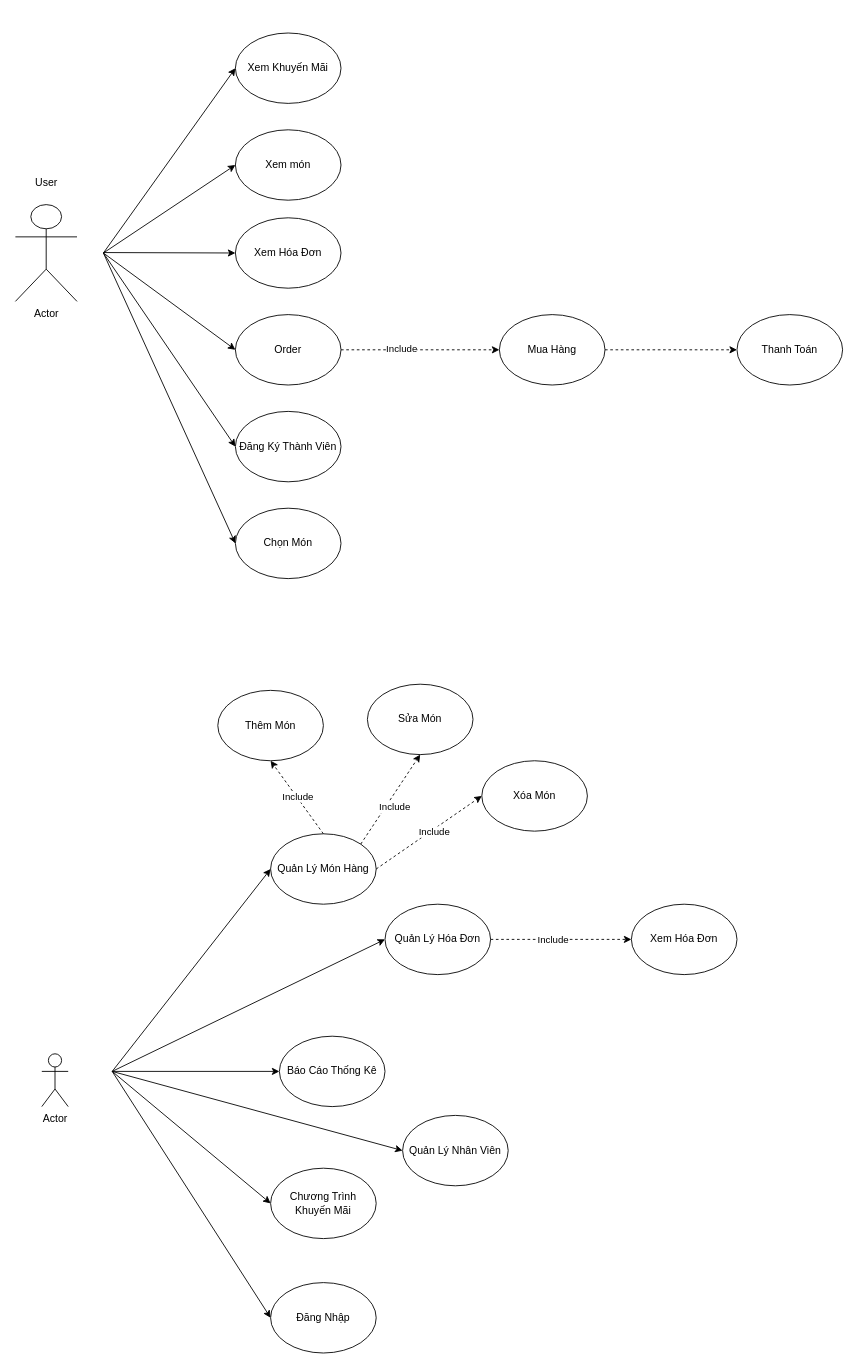
Above: Untitled Diagram.drawio in tan0976861/PRN292 (draw.io), before the change. Source tidied: cells renumbered, new cells numbered last; positions are measured from the earlier drawing's top-left corner, leaving out a move shared by most shapes. Both pictures are drawn from the tidied source at 88%, with x=0, y=0 at pixel (15, 33).
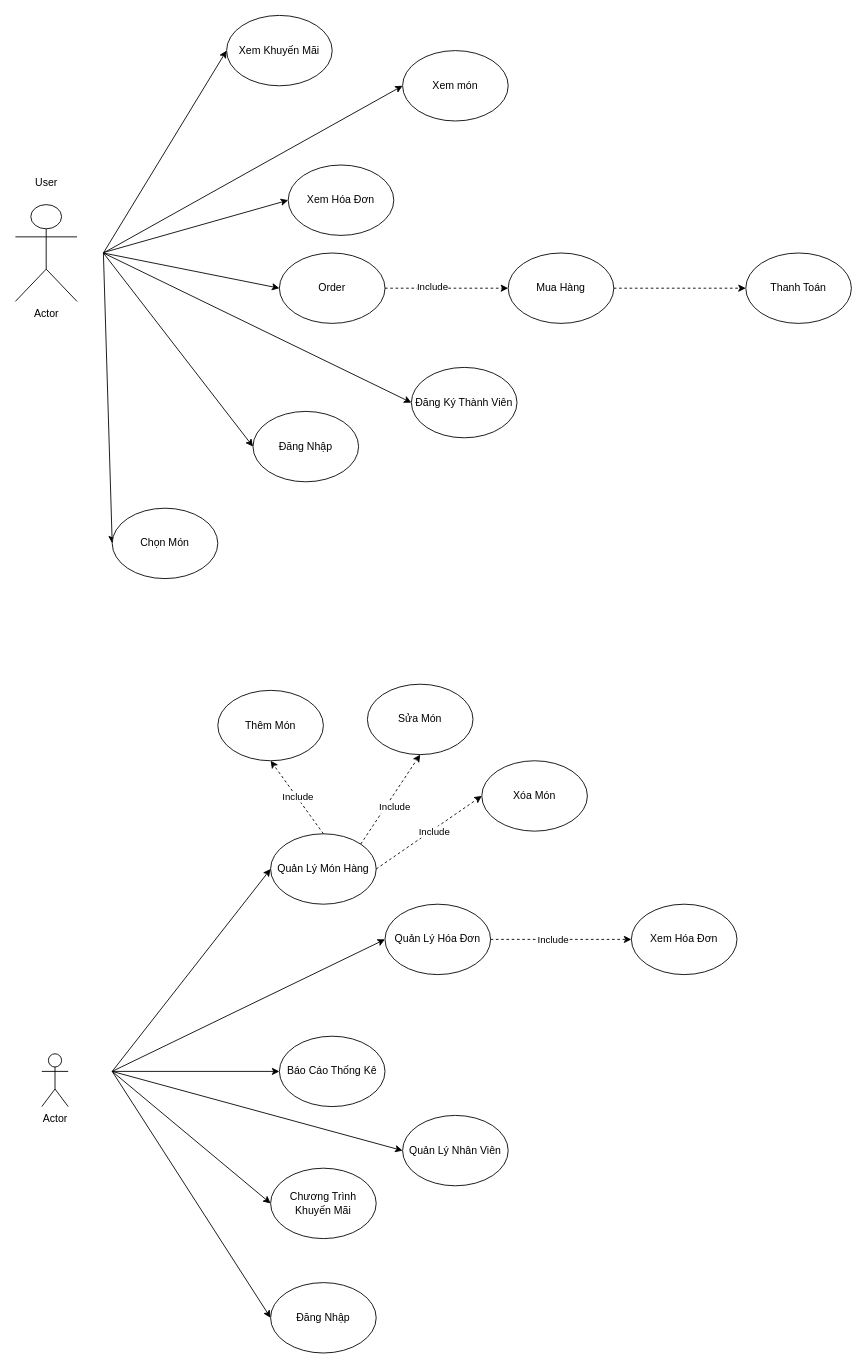
After the change.

Change to the diagram source:
```diff
@@
     <mxCell id="3" value="Xem món" style="ellipse;whiteSpace=wrap;html=1;" parent="1" vertex="1">
-      <mxGeometry x="250" y="110" width="120" height="80" as="geometry" />
+      <mxGeometry x="440" y="20" width="120" height="80" as="geometry" />
     </mxCell>
     <mxCell id="4" value="Xem Hóa Đơn" style="ellipse;whiteSpace=wrap;html=1;" parent="1" vertex="1">
-      <mxGeometry x="250" y="210" width="120" height="80" as="geometry" />
+      <mxGeometry x="310" y="150" width="120" height="80" as="geometry" />
     </mxCell>
@@
     <mxCell id="7" value="Order" style="ellipse;whiteSpace=wrap;html=1;" parent="1" vertex="1">
-      <mxGeometry x="250" y="320" width="120" height="80" as="geometry" />
+      <mxGeometry x="300" y="250" width="120" height="80" as="geometry" />
     </mxCell>
@@
     <mxCell id="12" value="Đăng Ký Thành Viên" style="ellipse;whiteSpace=wrap;html=1;" parent="1" vertex="1">
-      <mxGeometry x="250" y="430" width="120" height="80" as="geometry" />
+      <mxGeometry x="450" y="380" width="120" height="80" as="geometry" />
     </mxCell>
     <mxCell id="13" value="Xem Khuyến Mãi" style="ellipse;whiteSpace=wrap;html=1;" parent="1" vertex="1">
-      <mxGeometry x="250" width="120" height="80" as="geometry" />
+      <mxGeometry x="240" y="-20" width="120" height="80" as="geometry" />
     </mxCell>
     <mxCell id="14" value="Chọn Món" style="ellipse;whiteSpace=wrap;html=1;" parent="1" vertex="1">
-      <mxGeometry x="250" y="540" width="120" height="80" as="geometry" />
+      <mxGeometry x="110" y="540" width="120" height="80" as="geometry" />
     </mxCell>
@@
     <mxCell id="17" value="Mua Hàng" style="ellipse;whiteSpace=wrap;html=1;" parent="1" vertex="1">
-      <mxGeometry x="550" y="320" width="120" height="80" as="geometry" />
+      <mxGeometry x="560" y="250" width="120" height="80" as="geometry" />
     </mxCell>
@@
     <mxCell id="36" value="Thanh Toán" style="ellipse;whiteSpace=wrap;html=1;" parent="1" vertex="1">
-      <mxGeometry x="820" y="320" width="120" height="80" as="geometry" />
+      <mxGeometry x="830" y="250" width="120" height="80" as="geometry" />
     </mxCell>
@@
+    <mxCell id="46" value="Đăng Nhập" style="ellipse;whiteSpace=wrap;html=1;" parent="1" vertex="1">
+      <mxGeometry x="270" y="430" width="120" height="80" as="geometry" />
+    </mxCell>
+    <mxCell id="47" style="endArrow=classic;html=1;entryX=0;entryY=0.5;entryDx=0;entryDy=0;" parent="1" edge="1" target="46">
+      <mxGeometry relative="1" as="geometry">
+        <mxPoint x="100" y="250" as="sourcePoint" />
+      </mxGeometry>
+    </mxCell>
```
